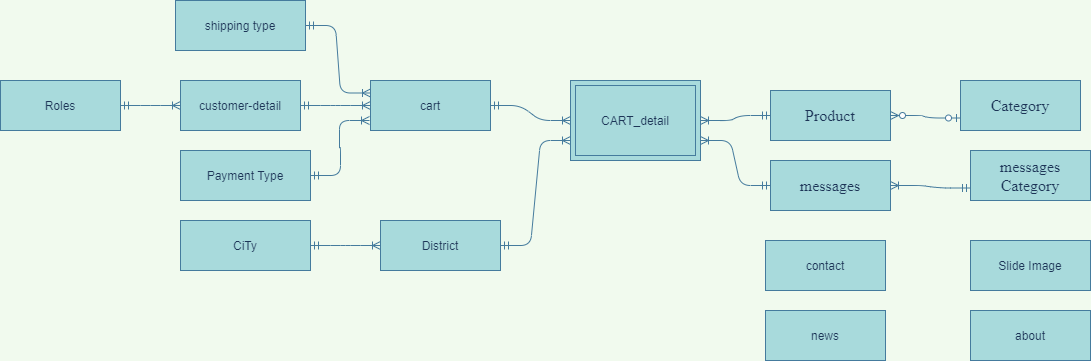
The draw.io diagram Untitled Diagram.png in maialino123/Eproject-SEM3, before a commit. Source tidied: cells renumbered, new cells last; positions are measured from the earlier drawing's top-left corner, leaving out a move shared by most shapes.
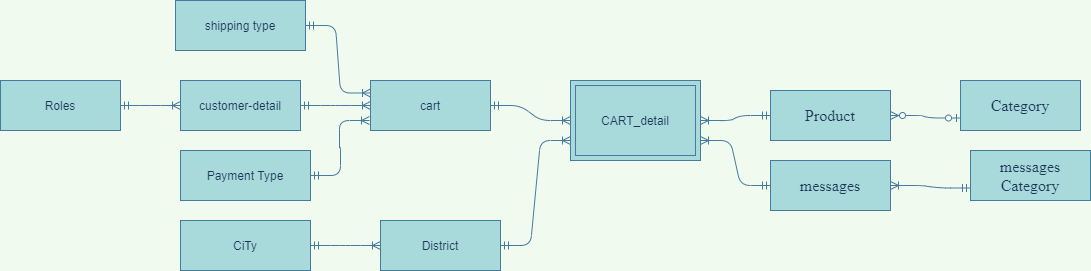
The same diagram one commit later.

Change to the diagram source:
```diff
@@ -35,9 +35,6 @@
     <mxCell id="12" value="Roles" style="whiteSpace=wrap;html=1;align=center;rounded=0;sketch=0;fontColor=#1D3557;strokeColor=#457B9D;fillColor=#A8DADC;" parent="1" vertex="1">
       <mxGeometry y="80" width="120" height="50" as="geometry" />
     </mxCell>
-    <mxCell id="13" value="Slide Image" style="whiteSpace=wrap;html=1;align=center;rounded=0;sketch=0;fontColor=#1D3557;strokeColor=#457B9D;fillColor=#A8DADC;" parent="1" vertex="1">
-      <mxGeometry x="970" y="240" width="120" height="50" as="geometry" />
-    </mxCell>
     <mxCell id="14" style="edgeStyle=entityRelationEdgeStyle;fontSize=12;html=1;endArrow=ERoneToMany;startArrow=ERmandOne;fontColor=#1D3557;strokeColor=#457B9D;fillColor=#A8DADC;entryX=1;entryY=0.5;entryDx=0;entryDy=0;labelBackgroundColor=#F1FAEE;exitX=0;exitY=0.5;exitDx=0;exitDy=0;" parent="1" edge="1" source="5" target="24">
       <mxGeometry relative="1" as="geometry" />
     </mxCell>
@@ -61,15 +58,6 @@
         <mxPoint x="369" y="120" as="targetPoint" />
       </mxGeometry>
     </mxCell>
-    <mxCell id="21" value="about" style="whiteSpace=wrap;html=1;align=center;rounded=0;sketch=0;fontColor=#1D3557;strokeColor=#457B9D;fillColor=#A8DADC;" parent="1" vertex="1">
-      <mxGeometry x="970" y="310" width="120" height="50" as="geometry" />
-    </mxCell>
-    <mxCell id="22" value="contact" style="whiteSpace=wrap;html=1;align=center;rounded=0;sketch=0;fontColor=#1D3557;strokeColor=#457B9D;fillColor=#A8DADC;" parent="1" vertex="1">
-      <mxGeometry x="765" y="240" width="120" height="50" as="geometry" />
-    </mxCell>
-    <mxCell id="23" value="news" style="whiteSpace=wrap;html=1;align=center;rounded=0;sketch=0;fontColor=#1D3557;strokeColor=#457B9D;fillColor=#A8DADC;" parent="1" vertex="1">
-      <mxGeometry x="765" y="310" width="120" height="50" as="geometry" />
-    </mxCell>
     <mxCell id="24" value="CART_detail" style="shape=ext;margin=3;double=1;whiteSpace=wrap;html=1;align=center;fillColor=#A8DADC;strokeColor=#457B9D;fontColor=#1D3557;" parent="1" vertex="1">
       <mxGeometry x="570" y="80" width="130" height="80" as="geometry" />
     </mxCell>
```
